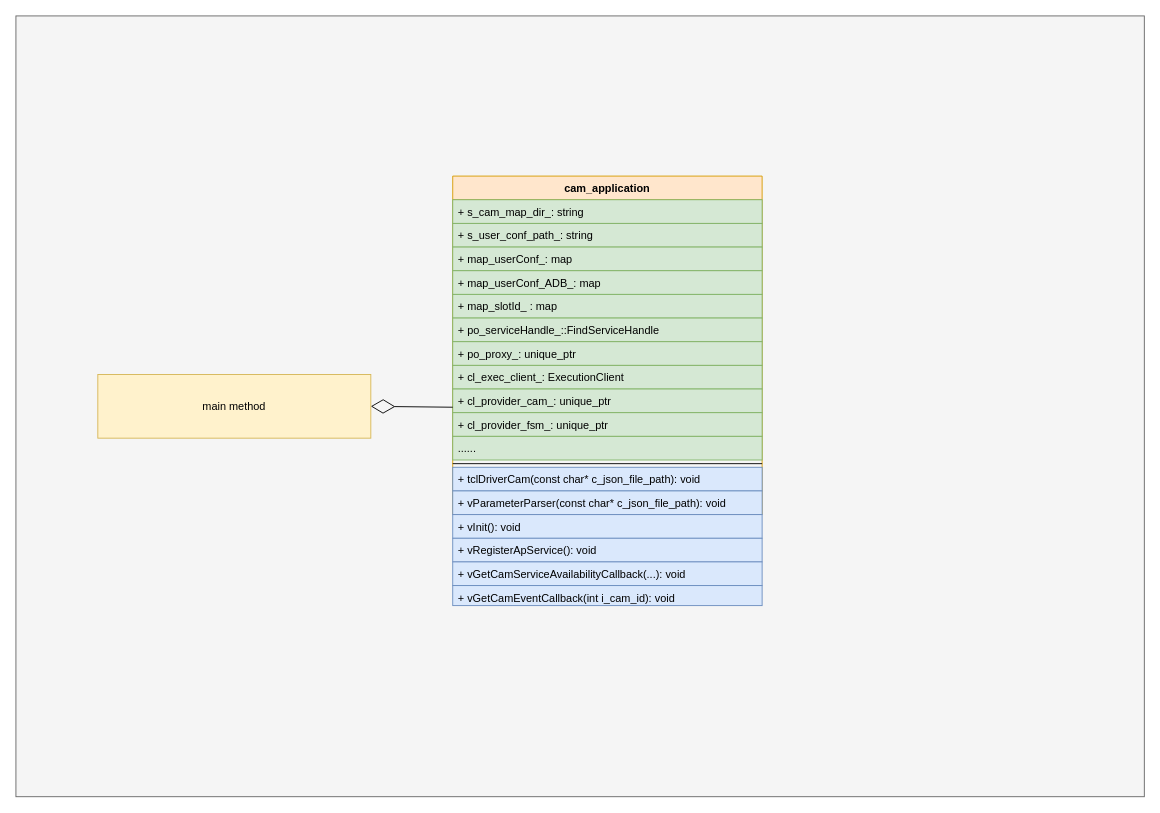
Earlier version of the draw.io diagram venc静态图.drawio (xiaoleli/diagrams). Source tidied: cells renumbered, new cells numbered last; positions are measured from the earlier drawing's top-left corner, leaving out a move shared by most shapes. Both pictures are drawn from the tidied source at 91%, with x=0, y=0 at pixel (15, 15).
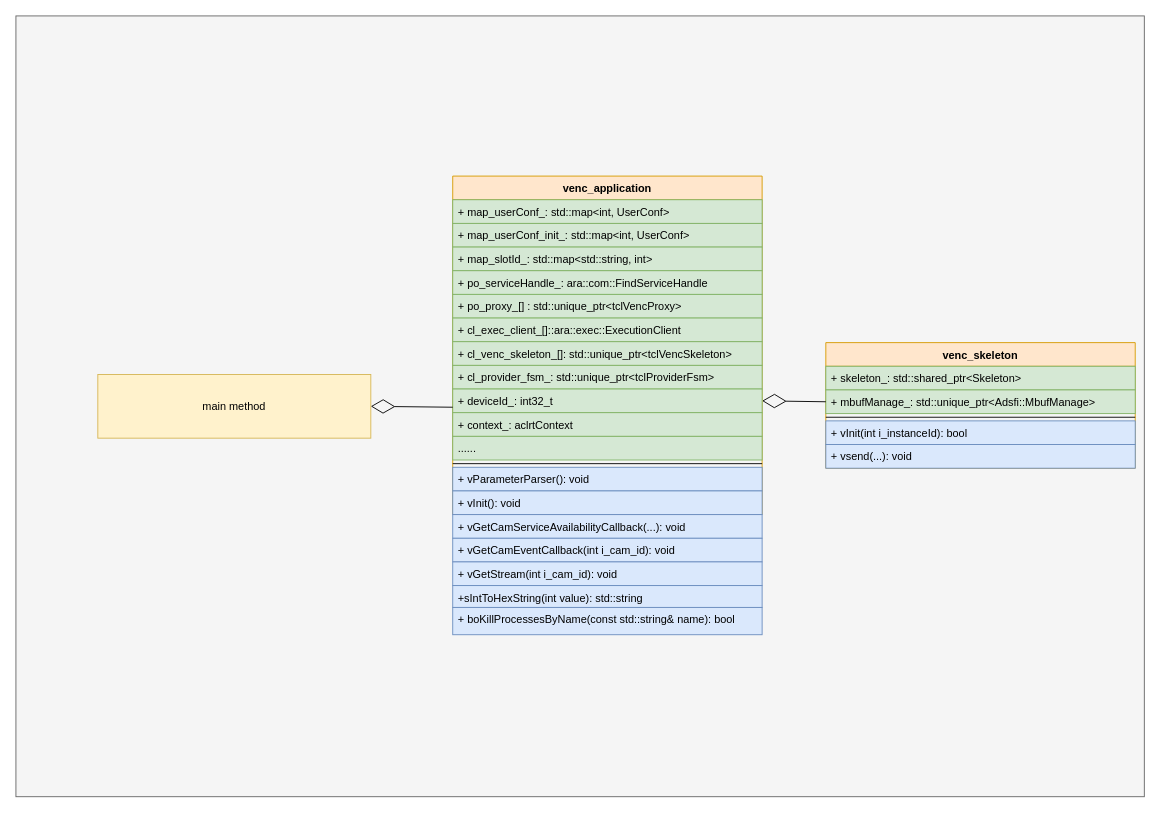
After the change.

Commit message:
更新venc静态图.drawio

Diff of the diagram source:
```diff
@@
-    <mxCell id="3" value="cam_application" style="swimlane;fontStyle=1;align=center;verticalAlign=top;horizontal=1;startSize=26;fillColor=#ffe6cc;strokeColor=#d79b00;" parent="1" vertex="1">
+    <mxCell id="3" value="venc_application" style="swimlane;fontStyle=1;align=center;verticalAlign=top;horizontal=1;startSize=26;fillColor=#ffe6cc;strokeColor=#d79b00;" parent="1" vertex="1">
       <mxGeometry x="480" y="176" width="340" height="372" as="geometry" />
     </mxCell>
-    <mxCell id="4" value="+ s_cam_map_dir_: string" style="text;strokeColor=#82b366;fillColor=#d5e8d4;align=left;verticalAlign=top;spacingLeft=4;spacingRight=4;overflow=hidden;" parent="3" vertex="1">
+    <mxCell id="4" value="+ map_userConf_: std::map&lt;int, UserConf&gt;" style="text;strokeColor=#82b366;fillColor=#d5e8d4;align=left;verticalAlign=top;spacingLeft=4;spacingRight=4;overflow=hidden;" parent="3" vertex="1">
       <mxGeometry y="26" width="340" height="26" as="geometry" />
     </mxCell>
-    <mxCell id="5" value="+ s_user_conf_path_: string" style="text;strokeColor=#82b366;fillColor=#d5e8d4;align=left;verticalAlign=top;spacingLeft=4;spacingRight=4;overflow=hidden;" parent="3" vertex="1">
+    <mxCell id="5" value="+ map_userConf_init_: std::map&lt;int, UserConf&gt;" style="text;strokeColor=#82b366;fillColor=#d5e8d4;align=left;verticalAlign=top;spacingLeft=4;spacingRight=4;overflow=hidden;" parent="3" vertex="1">
       <mxGeometry y="52" width="340" height="26" as="geometry" />
     </mxCell>
-    <mxCell id="6" value="+ map_userConf_: map" style="text;strokeColor=#82b366;fillColor=#d5e8d4;align=left;verticalAlign=top;spacingLeft=4;spacingRight=4;overflow=hidden;" parent="3" vertex="1">
+    <mxCell id="6" value="+ map_slotId_: std::map&lt;std::string, int&gt;" style="text;strokeColor=#82b366;fillColor=#d5e8d4;align=left;verticalAlign=top;spacingLeft=4;spacingRight=4;overflow=hidden;" parent="3" vertex="1">
       <mxGeometry y="78" width="340" height="26" as="geometry" />
     </mxCell>
-    <mxCell id="7" value="+ map_userConf_ADB_: map" style="text;strokeColor=#82b366;fillColor=#d5e8d4;align=left;verticalAlign=top;spacingLeft=4;spacingRight=4;overflow=hidden;" parent="3" vertex="1">
+    <mxCell id="7" value="+ po_serviceHandle_: ara::com::FindServiceHandle" style="text;strokeColor=#82b366;fillColor=#d5e8d4;align=left;verticalAlign=top;spacingLeft=4;spacingRight=4;overflow=hidden;" parent="3" vertex="1">
       <mxGeometry y="104" width="340" height="26" as="geometry" />
     </mxCell>
-    <mxCell id="8" value="+ map_slotId_ : map" style="text;strokeColor=#82b366;fillColor=#d5e8d4;align=left;verticalAlign=top;spacingLeft=4;spacingRight=4;overflow=hidden;" parent="3" vertex="1">
+    <mxCell id="8" value="+ po_proxy_[] : std::unique_ptr&lt;tclVencProxy&gt;" style="text;strokeColor=#82b366;fillColor=#d5e8d4;align=left;verticalAlign=top;spacingLeft=4;spacingRight=4;overflow=hidden;" parent="3" vertex="1">
       <mxGeometry y="130" width="340" height="26" as="geometry" />
     </mxCell>
-    <mxCell id="9" value="+ po_serviceHandle_::FindServiceHandle" style="text;strokeColor=#82b366;fillColor=#d5e8d4;align=left;verticalAlign=top;spacingLeft=4;spacingRight=4;overflow=hidden;" parent="3" vertex="1">
+    <mxCell id="9" value="+ cl_exec_client_[]::ara::exec::ExecutionClient" style="text;strokeColor=#82b366;fillColor=#d5e8d4;align=left;verticalAlign=top;spacingLeft=4;spacingRight=4;overflow=hidden;" parent="3" vertex="1">
       <mxGeometry y="156" width="340" height="26" as="geometry" />
     </mxCell>
-    <mxCell id="10" value="+ po_proxy_: unique_ptr" style="text;strokeColor=#82b366;fillColor=#d5e8d4;align=left;verticalAlign=top;spacingLeft=4;spacingRight=4;overflow=hidden;" parent="3" vertex="1">
+    <mxCell id="10" value="+ cl_venc_skeleton_[]: std::unique_ptr&lt;tclVencSkeleton&gt;" style="text;strokeColor=#82b366;fillColor=#d5e8d4;align=left;verticalAlign=top;spacingLeft=4;spacingRight=4;overflow=hidden;" parent="3" vertex="1">
       <mxGeometry y="182" width="340" height="26" as="geometry" />
     </mxCell>
-    <mxCell id="11" value="+ cl_exec_client_: ExecutionClient " style="text;strokeColor=#82b366;fillColor=#d5e8d4;align=left;verticalAlign=top;spacingLeft=4;spacingRight=4;overflow=hidden;" parent="3" vertex="1">
+    <mxCell id="11" value="+ cl_provider_fsm_: std::unique_ptr&lt;tclProviderFsm&gt; " style="text;strokeColor=#82b366;fillColor=#d5e8d4;align=left;verticalAlign=top;spacingLeft=4;spacingRight=4;overflow=hidden;" parent="3" vertex="1">
       <mxGeometry y="208" width="340" height="26" as="geometry" />
     </mxCell>
-    <mxCell id="12" value="+ cl_provider_cam_: unique_ptr" style="text;strokeColor=#82b366;fillColor=#d5e8d4;align=left;verticalAlign=top;spacingLeft=4;spacingRight=4;overflow=hidden;points=[[0,0.5],[1,0.5]];portConstraint=eastwest;" parent="3" vertex="1">
+    <mxCell id="12" value="+ deviceId_: int32_t" style="text;strokeColor=#82b366;fillColor=#d5e8d4;align=left;verticalAlign=top;spacingLeft=4;spacingRight=4;overflow=hidden;points=[[0,0.5],[1,0.5]];portConstraint=eastwest;" parent="3" vertex="1">
       <mxGeometry y="234" width="340" height="26" as="geometry" />
     </mxCell>
-    <mxCell id="13" value="+ cl_provider_fsm_: unique_ptr" style="text;strokeColor=#82b366;fillColor=#d5e8d4;align=left;verticalAlign=top;spacingLeft=4;spacingRight=4;overflow=hidden;" parent="3" vertex="1">
+    <mxCell id="13" value="+ context_: aclrtContext" style="text;strokeColor=#82b366;fillColor=#d5e8d4;align=left;verticalAlign=top;spacingLeft=4;spacingRight=4;overflow=hidden;" parent="3" vertex="1">
       <mxGeometry y="260" width="340" height="26" as="geometry" />
     </mxCell>
@@
-    <mxCell id="16" value="+ tclDriverCam(const char* c_json_file_path): void" style="text;strokeColor=#6c8ebf;fillColor=#dae8fc;align=left;verticalAlign=top;spacingLeft=4;spacingRight=4;overflow=hidden;" parent="3" vertex="1">
+    <mxCell id="16" value="+ vParameterParser(): void" style="text;strokeColor=#6c8ebf;fillColor=#dae8fc;align=left;verticalAlign=top;spacingLeft=4;spacingRight=4;overflow=hidden;" parent="3" vertex="1">
       <mxGeometry y="320" width="340" height="26" as="geometry" />
     </mxCell>
-    <mxCell id="17" value="+ vParameterParser(const char* c_json_file_path): void" style="text;strokeColor=#6c8ebf;fillColor=#dae8fc;align=left;verticalAlign=top;spacingLeft=4;spacingRight=4;overflow=hidden;" parent="3" vertex="1">
+    <mxCell id="17" value="+ vInit(): void" style="text;strokeColor=#6c8ebf;fillColor=#dae8fc;align=left;verticalAlign=top;spacingLeft=4;spacingRight=4;overflow=hidden;" parent="3" vertex="1">
       <mxGeometry y="346" width="340" height="26" as="geometry" />
     </mxCell>
@@
-    <mxCell id="20" value="+ vInit(): void" style="text;strokeColor=#6c8ebf;fillColor=#dae8fc;align=left;verticalAlign=top;spacingLeft=4;spacingRight=4;overflow=hidden;" parent="1" vertex="1">
+    <mxCell id="20" value="+ vGetCamServiceAvailabilityCallback(...): void" style="text;strokeColor=#6c8ebf;fillColor=#dae8fc;align=left;verticalAlign=top;spacingLeft=4;spacingRight=4;overflow=hidden;" parent="1" vertex="1">
       <mxGeometry x="480" y="548" width="340" height="26" as="geometry" />
     </mxCell>
-    <mxCell id="21" value="+ vRegisterApService(): void" style="text;strokeColor=#6c8ebf;fillColor=#dae8fc;align=left;verticalAlign=top;spacingLeft=4;spacingRight=4;overflow=hidden;" parent="1" vertex="1">
+    <mxCell id="21" value="+ vGetCamEventCallback(int i_cam_id): void" style="text;strokeColor=#6c8ebf;fillColor=#dae8fc;align=left;verticalAlign=top;spacingLeft=4;spacingRight=4;overflow=hidden;" parent="1" vertex="1">
       <mxGeometry x="480" y="574" width="340" height="26" as="geometry" />
     </mxCell>
-    <mxCell id="22" value="+ vGetCamServiceAvailabilityCallback(...): void" style="text;strokeColor=#6c8ebf;fillColor=#dae8fc;align=left;verticalAlign=top;spacingLeft=4;spacingRight=4;overflow=hidden;" parent="1" vertex="1">
+    <mxCell id="22" value="+ vGetStream(int i_cam_id): void" style="text;strokeColor=#6c8ebf;fillColor=#dae8fc;align=left;verticalAlign=top;spacingLeft=4;spacingRight=4;overflow=hidden;" parent="1" vertex="1">
       <mxGeometry x="480" y="600" width="340" height="26" as="geometry" />
     </mxCell>
-    <mxCell id="23" value="+ vGetCamEventCallback(int i_cam_id): void" style="text;strokeColor=#6c8ebf;fillColor=#dae8fc;align=left;verticalAlign=top;spacingLeft=4;spacingRight=4;overflow=hidden;" parent="1" vertex="1">
-      <mxGeometry x="480" y="626" width="340" height="22" as="geometry" />
+    <mxCell id="23" value="+sIntToHexString(int value): std::string" style="text;strokeColor=#6c8ebf;fillColor=#dae8fc;align=left;verticalAlign=top;spacingLeft=4;spacingRight=4;overflow=hidden;" parent="1" vertex="1">
+      <mxGeometry x="480" y="626" width="340" height="24" as="geometry" />
     </mxCell>
+    <mxCell id="24" value="venc_skeleton" style="swimlane;fontStyle=1;align=center;verticalAlign=top;horizontal=1;startSize=26;fillColor=#ffe6cc;strokeColor=#d79b00;" parent="1" vertex="1">
+      <mxGeometry x="890" y="359" width="340" height="138" as="geometry" />
+    </mxCell>
+    <mxCell id="25" value="+ skeleton_: std::shared_ptr&lt;Skeleton&gt;" style="text;strokeColor=#82b366;fillColor=#d5e8d4;align=left;verticalAlign=top;spacingLeft=4;spacingRight=4;overflow=hidden;" parent="24" vertex="1">
+      <mxGeometry y="26" width="340" height="26" as="geometry" />
+    </mxCell>
+    <mxCell id="26" value="+ mbufManage_: std::unique_ptr&lt;Adsfi::MbufManage&gt;" style="text;strokeColor=#82b366;fillColor=#d5e8d4;align=left;verticalAlign=top;spacingLeft=4;spacingRight=4;overflow=hidden;points=[[0,0.5],[1,0.5]];portConstraint=eastwest;" parent="24" vertex="1">
+      <mxGeometry y="52" width="340" height="26" as="geometry" />
+    </mxCell>
+    <mxCell id="27" style="line;strokeWidth=1;fillColor=none;align=left;verticalAlign=middle;spacingTop=-1;spacingLeft=3;spacingRight=3;labelPosition=right;" parent="24" vertex="1">
+      <mxGeometry y="78" width="340" height="8" as="geometry" />
+    </mxCell>
+    <mxCell id="28" value="+ vInit(int i_instanceId): bool" style="text;strokeColor=#6c8ebf;fillColor=#dae8fc;align=left;verticalAlign=top;spacingLeft=4;spacingRight=4;overflow=hidden;" parent="24" vertex="1">
+      <mxGeometry y="86" width="340" height="26" as="geometry" />
+    </mxCell>
+    <mxCell id="29" value="+ vsend(...): void" style="text;strokeColor=#6c8ebf;fillColor=#dae8fc;align=left;verticalAlign=top;spacingLeft=4;spacingRight=4;overflow=hidden;" parent="24" vertex="1">
+      <mxGeometry y="112" width="340" height="26" as="geometry" />
+    </mxCell>
+    <mxCell id="30" style="endArrow=diamondThin;endFill=0;endSize=24;html=1;rounded=0;entryX=1;entryY=0.5;entryDx=0;entryDy=0;exitX=0;exitY=0.5;exitDx=0;exitDy=0;" parent="1" edge="1" source="26" target="12">
+      <mxGeometry relative="1" as="geometry" />
+    </mxCell>
+    <mxCell id="31" value="+ boKillProcessesByName(const std::string&amp; name): bool" style="text;strokeColor=#6c8ebf;fillColor=#dae8fc;align=left;verticalAlign=top;spacingLeft=4;spacingRight=4;overflow=hidden;" parent="1" vertex="1">
+      <mxGeometry x="480" y="650" width="340" height="30" as="geometry" />
+    </mxCell>
```
